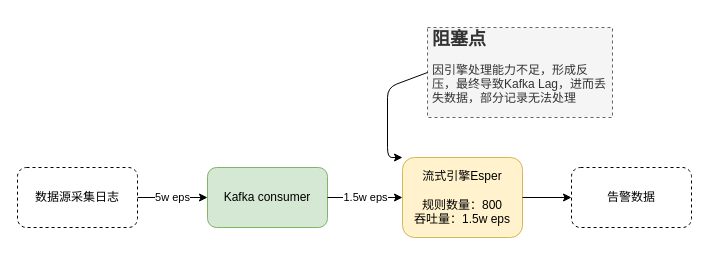
The draw.io diagram Untitled Diagram.drawio in popvlovs/popvlovs-repository, before the edit. Source tidied: cells renumbered, new cells numbered last; positions are measured from the earlier drawing's top-left corner, leaving out a move shared by most shapes. Both pictures are drawn from the tidied source at 100%, with x=0, y=0 at pixel (17, 27).
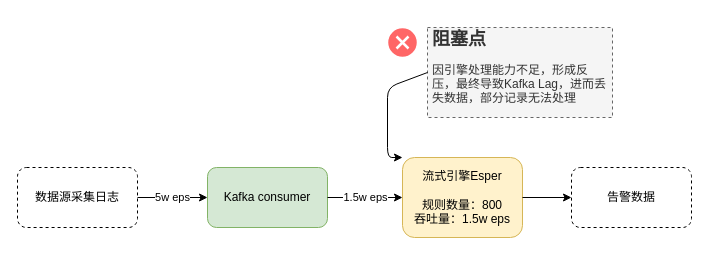
The same page after the edit.

The edit, as a diff of the source:
```diff
@@
 <mxGraphModel>
   <root>
     <mxCell id="0" />
     <mxCell id="1" parent="0" />
     <mxCell id="2" value="Kafka consumer" style="rounded=1;whiteSpace=wrap;html=1;fillColor=#d5e8d4;strokeColor=#82b366;" parent="1" vertex="1">
       <mxGeometry x="190" y="140" width="120" height="60" as="geometry" />
     </mxCell>
     <mxCell id="3" value="流式引擎Esper&lt;br&gt;&lt;br&gt;规则数量：800&lt;br&gt;吞吐量：1.5w eps" style="rounded=1;whiteSpace=wrap;html=1;fillColor=#fff2cc;strokeColor=#d6b656;" parent="1" vertex="1">
       <mxGeometry x="385" y="130" width="120" height="80" as="geometry" />
     </mxCell>
     <mxCell id="4" value="1.5w eps" style="endArrow=classic;html=1;exitX=1;exitY=0.5;exitDx=0;exitDy=0;entryX=0;entryY=0.5;entryDx=0;entryDy=0;" parent="1" edge="1" source="2" target="3">
       <mxGeometry relative="1" as="geometry">
         <Array as="points">
           <mxPoint x="340" y="170" />
         </Array>
       </mxGeometry>
     </mxCell>
     <mxCell id="5" value="数据源采集日志" style="rounded=1;whiteSpace=wrap;html=1;dashed=1;" parent="1" vertex="1">
       <mxGeometry y="140" width="120" height="60" as="geometry" />
     </mxCell>
     <mxCell id="6" value="告警数据" style="rounded=1;whiteSpace=wrap;html=1;dashed=1;" parent="1" vertex="1">
       <mxGeometry x="554" y="140" width="120" height="60" as="geometry" />
     </mxCell>
     <mxCell id="7" style="endArrow=classic;html=1;exitX=1;exitY=0.5;exitDx=0;exitDy=0;entryX=0;entryY=0.5;entryDx=0;entryDy=0;" parent="1" edge="1" source="3" target="6">
       <mxGeometry relative="1" as="geometry" />
     </mxCell>
     <mxCell id="8" value="&lt;h1 style=&quot;font-size: 18px&quot;&gt;&lt;font style=&quot;font-size: 18px&quot;&gt;阻塞点&lt;/font&gt;&lt;/h1&gt;&lt;p&gt;&lt;font style=&quot;font-size: 12px&quot;&gt;因引擎处理能力不足，形成反压，最终导致Kafka Lag，进而丢失数据，部分记录无法处理&lt;/font&gt;&lt;/p&gt;" style="text;html=1;strokeColor=#666666;fillColor=#f5f5f5;spacing=5;spacingTop=-20;whiteSpace=wrap;overflow=hidden;rounded=0;dashed=1;fontColor=#333333;" parent="1" vertex="1">
       <mxGeometry x="410" width="185" height="90" as="geometry" />
     </mxCell>
     <mxCell id="9" style="endArrow=classic;html=1;exitX=0;exitY=0.5;exitDx=0;exitDy=0;entryX=0;entryY=0;entryDx=0;entryDy=0;" parent="1" edge="1" source="8" target="3">
       <mxGeometry relative="1" as="geometry">
         <Array as="points">
           <mxPoint x="370" y="60" />
           <mxPoint x="370" y="130" />
         </Array>
       </mxGeometry>
     </mxCell>
     <mxCell id="10" value="5w eps" style="endArrow=classic;html=1;exitX=1;exitY=0.5;exitDx=0;exitDy=0;entryX=0;entryY=0.5;entryDx=0;entryDy=0;" parent="1" edge="1" source="5" target="2">
       <mxGeometry relative="1" as="geometry" />
     </mxCell>
+    <mxCell id="11" style="verticalLabelPosition=bottom;verticalAlign=top;html=1;shadow=0;dashed=0;strokeWidth=1;shape=mxgraph.ios.iDeleteApp;fillColor2=#FF6666;strokeColor=#ffffff;fillColor=#FF6666;" parent="1" vertex="1">
+      <mxGeometry x="370" width="30" height="30" as="geometry" />
+    </mxCell>
   </root>
 </mxGraphModel>
```
